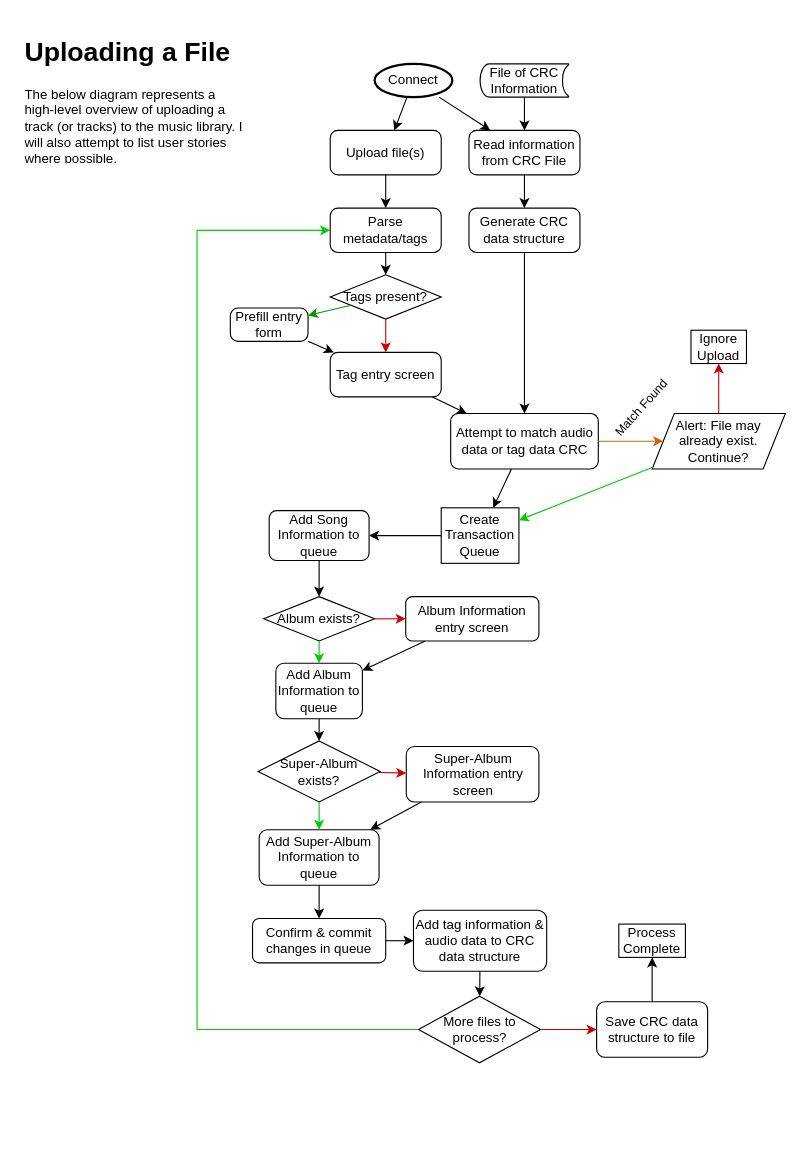
Before: Documentation/File Upload Procedure.drawio in IntrixTheName/EndlessDisc, a draw.io diagram. Source tidied: cells renumbered, new cells numbered last; positions are measured from the earlier drawing's top-left corner, leaving out a move shared by most shapes. Both pictures are drawn from the tidied source at 111%, with x=0, y=0 at pixel (19, 30).
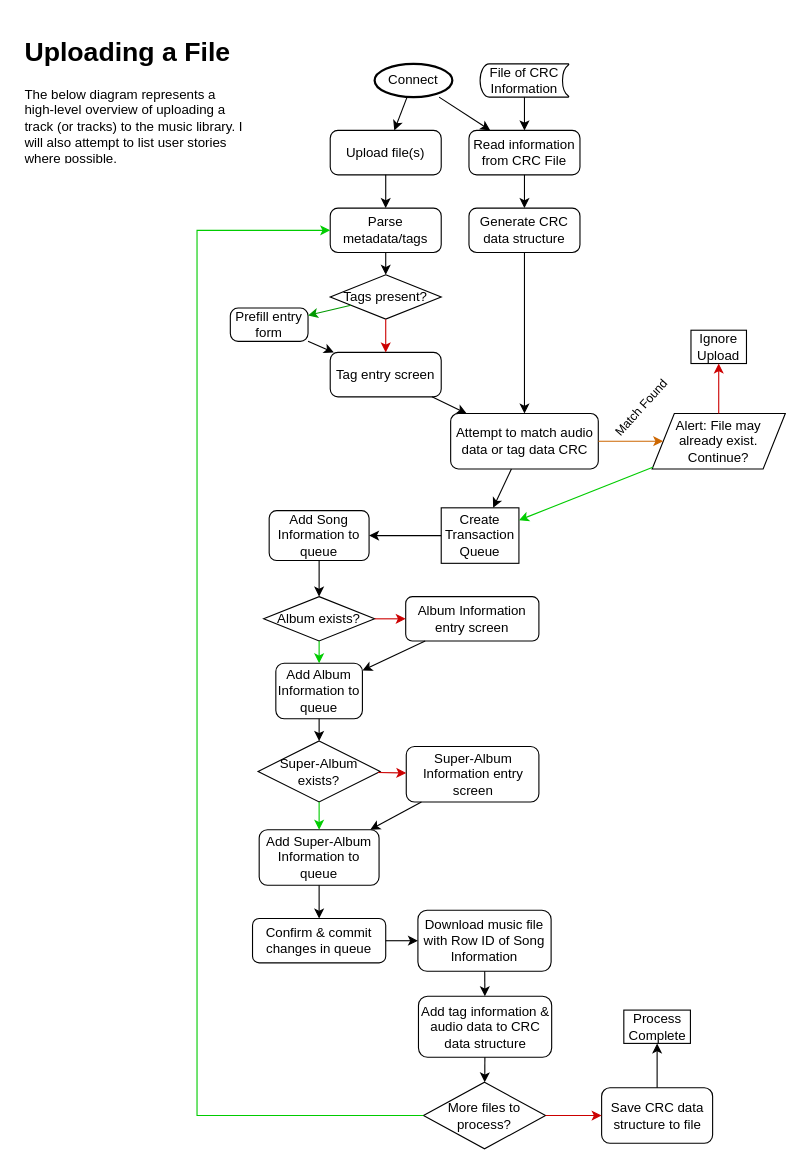
The same diagram, later.

Commit message (it also covers changes not shown here):
Updates on linking web server to database

The change refers to these unchanged cells:
```xml
<mxCell id="12" value="Parse metadata/tags" style="rounded=1;whiteSpace=wrap;html=1;absoluteArcSize=1;arcSize=14;strokeWidth=1;" parent="1" vertex="1">
  <mxGeometry x="280" y="160" width="100" height="40" as="geometry" />
</mxCell>
<mxCell id="48" value="Confirm &amp;amp; commit changes in queue" style="rounded=1;whiteSpace=wrap;html=1;" parent="1" vertex="1">
  <mxGeometry x="210" y="800" width="120" height="40" as="geometry" />
</mxCell>
```

The edit, as a diff of the source:
```diff
@@
     <mxCell id="46" value="Add tag information &amp;amp; audio data to CRC data structure" style="rounded=1;whiteSpace=wrap;html=1;" parent="1" vertex="1">
-      <mxGeometry x="355" y="792.5" width="120" height="55" as="geometry" />
+      <mxGeometry x="359.5" y="870" width="120" height="55" as="geometry" />
     </mxCell>
@@
-    <mxCell id="50" style="endArrow=classic;html=1;rounded=0;edgeStyle=orthogonalEdgeStyle;" parent="1" edge="1" source="48" target="46">
+    <mxCell id="50" style="endArrow=classic;html=1;rounded=0;" parent="1" edge="1" source="48" target="59">
       <mxGeometry relative="1" as="geometry" />
     </mxCell>
@@
     <mxCell id="52" value="More files to process?" style="rhombus;whiteSpace=wrap;html=1;" parent="1" vertex="1">
-      <mxGeometry x="359.5" y="870" width="110" height="60" as="geometry" />
+      <mxGeometry x="364" y="947.5" width="110" height="60" as="geometry" />
     </mxCell>
@@
     <mxCell id="54" style="endArrow=classic;html=1;rounded=0;edgeStyle=orthogonalEdgeStyle;strokeColor=#00CC00;" parent="1" edge="1" source="52" target="12">
       <mxGeometry relative="1" as="geometry">
         <Array as="points">
-          <mxPoint x="160" y="900" />
+          <mxPoint x="160" y="978" />
           <mxPoint x="160" y="180" />
         </Array>
       </mxGeometry>
     </mxCell>
     <mxCell id="55" value="Save CRC data structure to file" style="rounded=1;whiteSpace=wrap;html=1;" parent="1" vertex="1">
-      <mxGeometry x="520" y="875" width="100" height="50" as="geometry" />
+      <mxGeometry x="524.5" y="952.5" width="100" height="50" as="geometry" />
     </mxCell>
@@
     <mxCell id="57" value="Process Complete" style="rounded=0;whiteSpace=wrap;html=1;" parent="1" vertex="1">
-      <mxGeometry x="540" y="805" width="60" height="30" as="geometry" />
+      <mxGeometry x="544.5" y="882.5" width="60" height="30" as="geometry" />
     </mxCell>
@@
+    <mxCell id="59" value="Download music file with Row ID of Song Information" style="rounded=1;whiteSpace=wrap;html=1;" parent="1" vertex="1">
+      <mxGeometry x="359" y="792.5" width="120" height="55" as="geometry" />
+    </mxCell>
+    <mxCell id="60" style="endArrow=classic;html=1;rounded=0;" parent="1" edge="1" source="59" target="46">
+      <mxGeometry relative="1" as="geometry" />
+    </mxCell>
```
